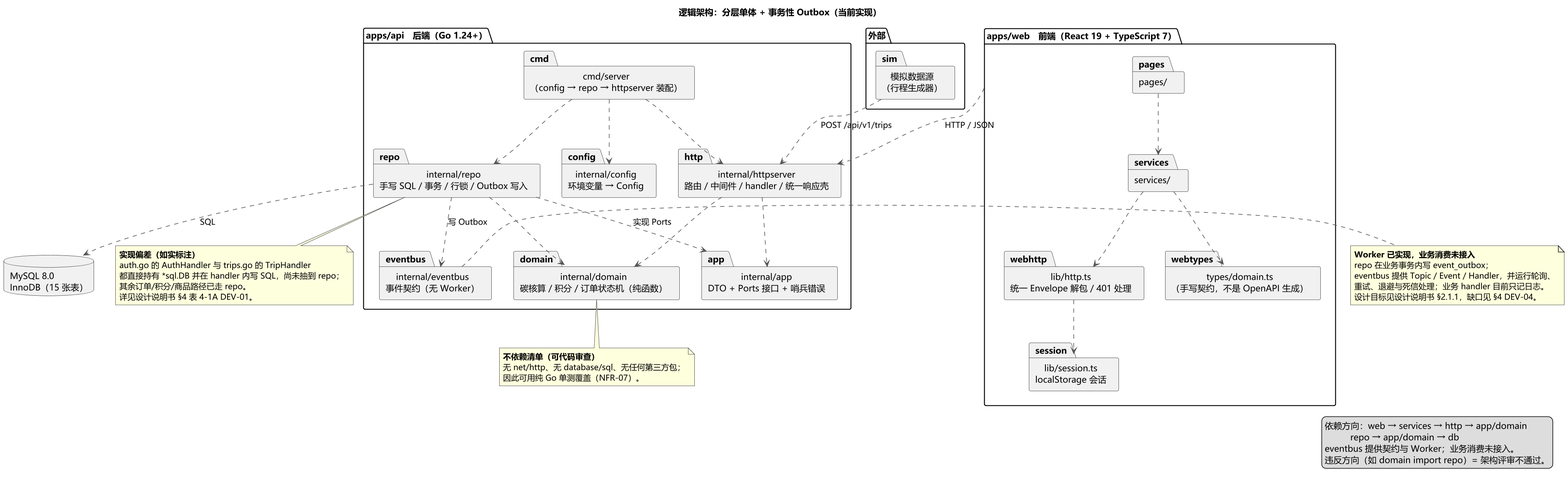
Above: docs/uml/out/图2-1 系统逻辑架构 包图.png in chiyan11/green-travel-points (PlantUML), before the change.
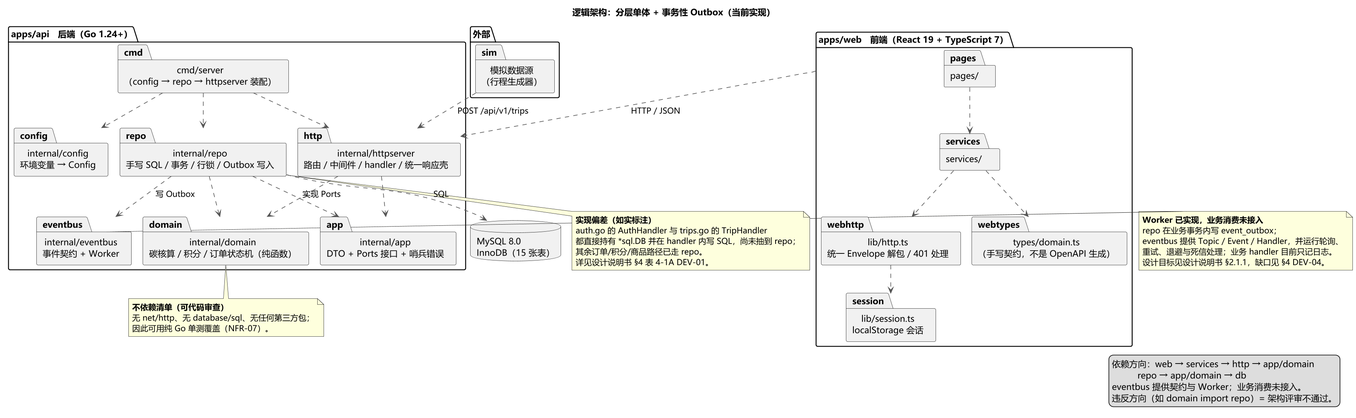
The same file after the commit.

Commit message:
docs(uml): 同步批次不足与 Worker 事实

What changed in the source:
```diff
@@ -1,4 +1,5 @@
 @startuml 图2-1 系统逻辑架构 包图
+!pragma layout smetana
 
 skinparam defaultFontName "Microsoft YaHei"
 skinparam dpi 150
@@ -22,7 +23,7 @@
   package "internal/app\nDTO + Ports 接口 + 哨兵错误" as app
   package "internal/domain\n碳核算 / 积分 / 订单状态机（纯函数）" as domain
   package "internal/repo\n手写 SQL / 事务 / 行锁 / Outbox 写入" as repo
-  package "internal/eventbus\n事件契约（无 Worker）" as eventbus
+  package "internal/eventbus\n事件契约 + Worker" as eventbus
   package "internal/config\n环境变量 → Config" as config
 }
 
```
